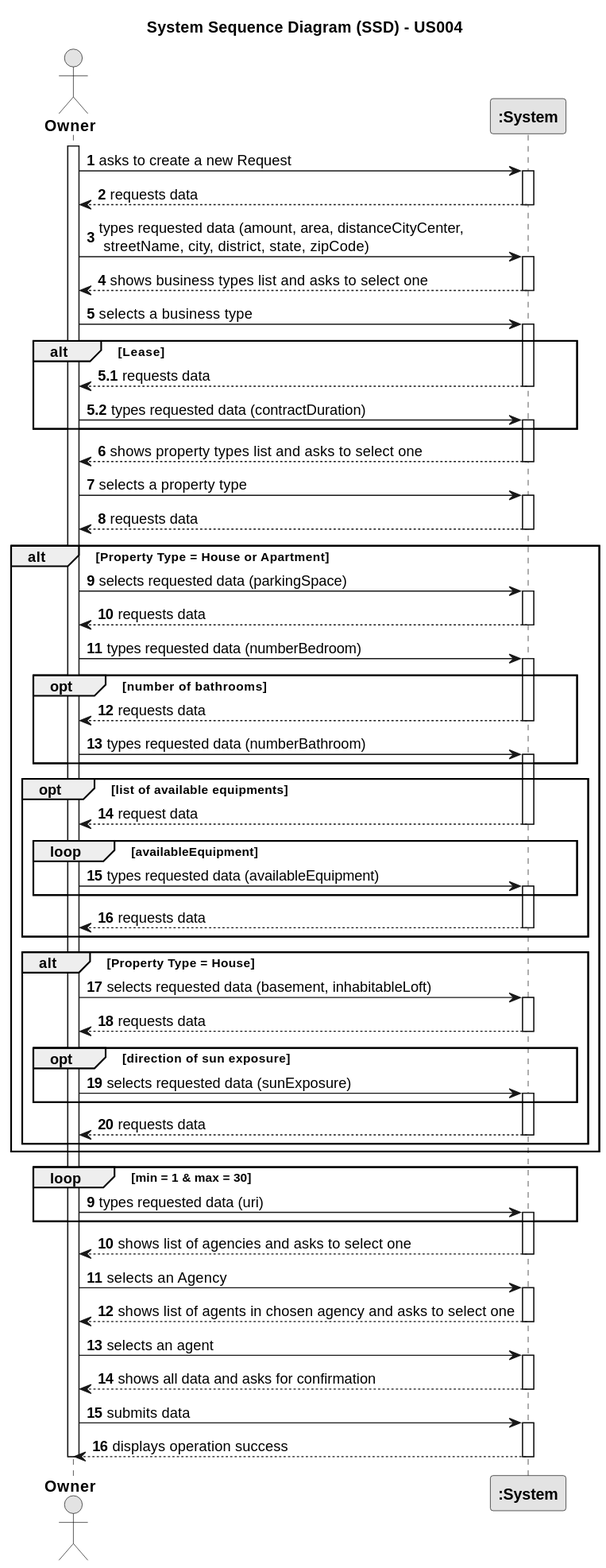
This is docs/sprintB/us004/01.requirements-engineering/svg/us004-system-sequence-diagram.svg from rita-barbosa/LAPR2-2223, a PlantUML export, as it was before one commit. Source of this version:
```plantuml
@startuml
skinparam monochrome true
skinparam packageStyle rectangle
skinparam shadowing false

actor "<b>Owner</b>" as Owner
participant "<b>:System</b>" as System

title System Sequence Diagram (SSD) - US004

autonumber

activate Owner

    Owner -> System : asks to create a new Request

        activate System

        System --> Owner : requests data

        deactivate System

    Owner -> System : types requested data (amount, area, distanceCityCenter,\n streetName, city, district, state, zipCode)

        activate System

        System --> Owner : shows business types list and asks to select one

        deactivate System

    Owner -> System : selects a business type

        activate System

            alt Lease

                autonumber 5.1
                System --> Owner : requests data

                deactivate System

                Owner -> System : types requested data (contractDuration)

                activate System

            end alt

        autonumber 6

        activate System

        System --> Owner : shows property types list and asks to select one

        deactivate System

    Owner -> System : selects a property type

     activate System

     System --> Owner : requests data

     deactivate System

     alt Property Type = House or Apartment

            Owner -> System : selects requested data (parkingSpace)

                 activate System

            System --> Owner : requests data
                 deactivate System

            Owner -> System : types requested data (numberBedroom)

                activate System

           opt number of bathrooms

                        System --> Owner : requests data
                        deactivate System

                Owner -> System : types requested data (numberBathroom)
                        activate System

           end  opt

                       opt list of available equipments

                        System --> Owner : request data
                        deactivate System

                            loop availableEquipment

                Owner -> System : types requested data (availableEquipment)

                                activate System
                            end loop

            System --> Owner : requests data

            deactivate System

            end opt

           alt Property Type = House

              Owner -> System : selects requested data (basement, inhabitableLoft)

              activate System

              System --> Owner : requests data
              deactivate System

              opt direction of sun exposure

                   Owner -> System : selects requested data (sunExposure)
                   activate System
              end opt

               System --> Owner : requests data
               deactivate System

           end alt

     end alt

        loop min = 1 & max = 30

            autonumber 9

     Owner -> System : types requested data (uri)

            activate System
        end loop

    System --> Owner : shows list of agencies and asks to select one
    deactivate System

     Owner -> System : selects an Agency

        activate System

        System --> Owner : shows list of agents in chosen agency and asks to select one
        deactivate System

     Owner -> System : selects an agent

        activate System

        System --> Owner : shows all data and asks for confirmation

        deactivate System

     Owner -> System : submits data

        activate System

        System --> Owner : displays operation success
        deactivate System

deactivate Owner
@enduml
```
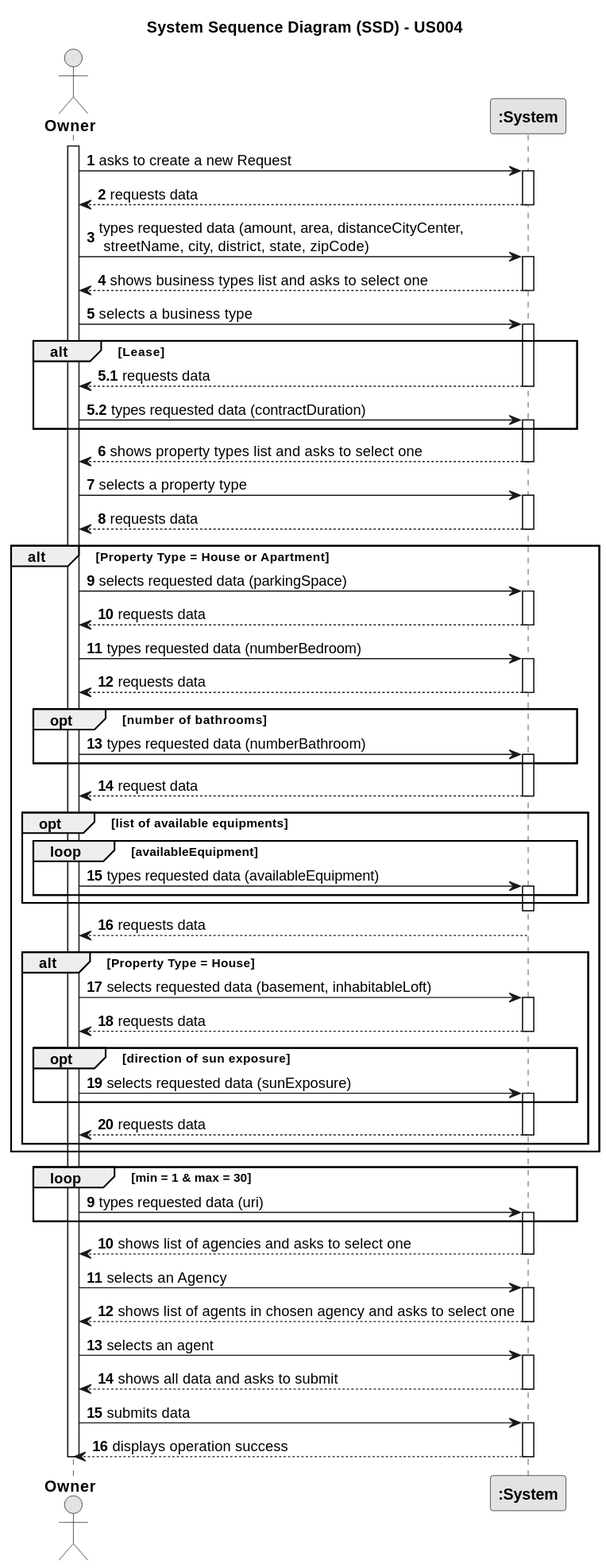
The same file after the commit.

Change to the diagram source:
```diff
@@ -74,20 +74,24 @@
 
                 activate System
 
+                System --> Owner : requests data
+                deactivate System
+
            opt number of bathrooms
 
-                        System --> Owner : requests data
-                        deactivate System
+
 
                 Owner -> System : types requested data (numberBathroom)
                         activate System
 
            end  opt
 
+           System --> Owner : request data
+           deactivate System
+
                        opt list of available equipments
 
-                        System --> Owner : request data
-                        deactivate System
+
 
                             loop availableEquipment
 
@@ -96,11 +100,13 @@
                                 activate System
                             end loop
 
-            System --> Owner : requests data
+                end opt
 
             deactivate System
 
-            end opt
+            System --> Owner : requests data
+
+
 
            alt Property Type = House
 
@@ -147,7 +153,7 @@
 
         activate System
 
-        System --> Owner : shows all data and asks for confirmation
+        System --> Owner : shows all data and asks to submit
 
         deactivate System
 
```
